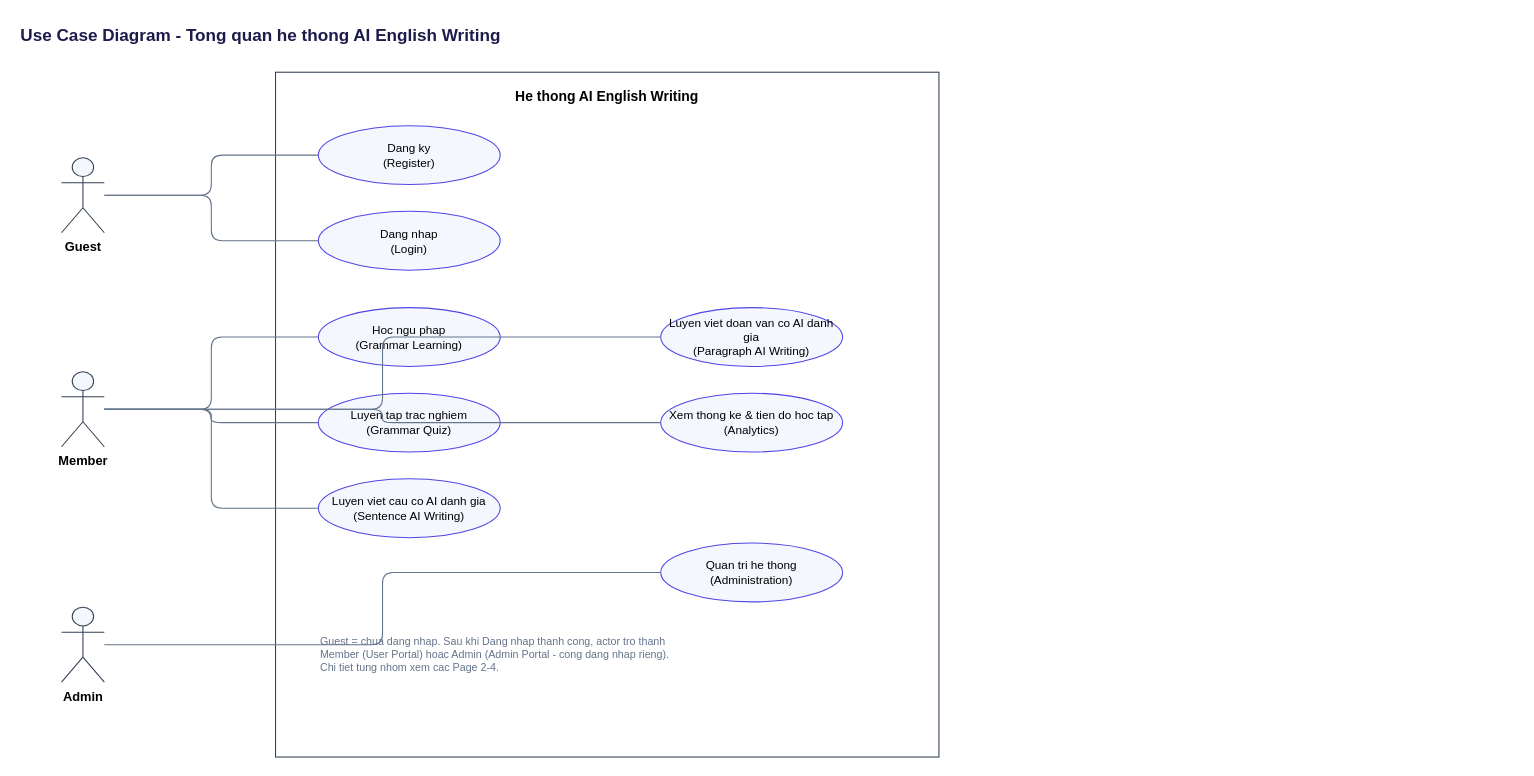
The draw.io diagram page "Use Case Diagram - Tong quan" (1 of 32) of docs/uml/AI-English-Writing-UML.drawio in hoanqhoanq/AI-English-Writing, before the edit. Source tidied: cells renumbered, new cells numbered last; positions are measured from the earlier drawing's top-left corner, leaving out a move shared by most shapes. Both pictures are drawn from the tidied source at 107%, with x=0, y=0 at pixel (18, 18).
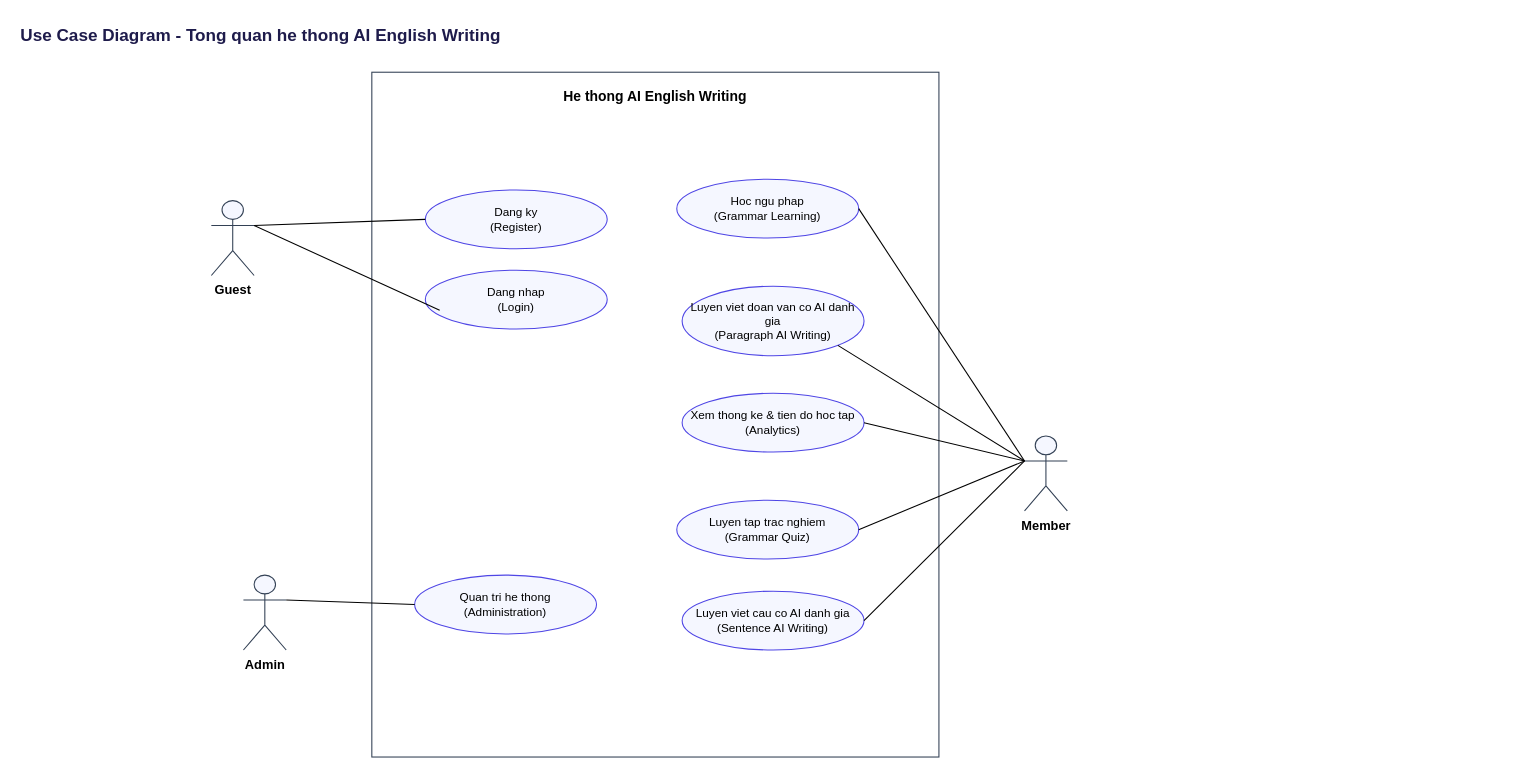
The same page after the edit.

Diff of the diagram source:
```diff
@@
     <mxCell id="3" value="Guest" style="shape=umlActor;verticalLabelPosition=bottom;verticalAlign=top;html=1;outlineConnect=0;fillColor=#F5F7FF;strokeColor=#334155;fontSize=12;fontStyle=1;" parent="1" vertex="1">
-      <mxGeometry x="40" y="130" width="40" height="70" as="geometry" />
+      <mxGeometry x="180" y="170" width="40" height="70" as="geometry" />
     </mxCell>
     <mxCell id="4" value="Member" style="shape=umlActor;verticalLabelPosition=bottom;verticalAlign=top;html=1;outlineConnect=0;fillColor=#F5F7FF;strokeColor=#334155;fontSize=12;fontStyle=1;" parent="1" vertex="1">
-      <mxGeometry x="40" y="330" width="40" height="70" as="geometry" />
+      <mxGeometry x="940" y="390" width="40" height="70" as="geometry" />
     </mxCell>
     <mxCell id="5" value="Admin" style="shape=umlActor;verticalLabelPosition=bottom;verticalAlign=top;html=1;outlineConnect=0;fillColor=#F5F7FF;strokeColor=#334155;fontSize=12;fontStyle=1;" parent="1" vertex="1">
-      <mxGeometry x="40" y="550" width="40" height="70" as="geometry" />
+      <mxGeometry x="210" y="520" width="40" height="70" as="geometry" />
     </mxCell>
     <mxCell id="6" value="He thong AI English Writing" style="rounded=0;whiteSpace=wrap;html=1;verticalAlign=top;align=center;spacingTop=8;fontStyle=1;fontSize=13;fillColor=#FFFFFF;strokeColor=#334155;dashed=0;" parent="1" vertex="1">
-      <mxGeometry x="240" y="50" width="620" height="640" as="geometry" />
+      <mxGeometry x="330" y="50" width="530" height="640" as="geometry" />
     </mxCell>
     <mxCell id="7" value="Dang ky&#10;(Register)" style="ellipse;whiteSpace=wrap;html=1;fillColor=#F5F7FF;strokeColor=#4F46E5;fontSize=11;" parent="1" vertex="1">
-      <mxGeometry x="280" y="100" width="170" height="55" as="geometry" />
+      <mxGeometry x="380" y="160" width="170" height="55" as="geometry" />
     </mxCell>
     <mxCell id="8" value="Dang nhap&#10;(Login)" style="ellipse;whiteSpace=wrap;html=1;fillColor=#F5F7FF;strokeColor=#4F46E5;fontSize=11;" parent="1" vertex="1">
-      <mxGeometry x="280" y="180" width="170" height="55" as="geometry" />
+      <mxGeometry x="380" y="235" width="170" height="55" as="geometry" />
     </mxCell>
     <mxCell id="9" value="Hoc ngu phap&#10;(Grammar Learning)" style="ellipse;whiteSpace=wrap;html=1;fillColor=#F5F7FF;strokeColor=#4F46E5;fontSize=11;" parent="1" vertex="1">
-      <mxGeometry x="280" y="270" width="170" height="55" as="geometry" />
+      <mxGeometry x="615" y="150" width="170" height="55" as="geometry" />
     </mxCell>
     <mxCell id="10" value="Luyen tap trac nghiem&#10;(Grammar Quiz)" style="ellipse;whiteSpace=wrap;html=1;fillColor=#F5F7FF;strokeColor=#4F46E5;fontSize=11;" parent="1" vertex="1">
-      <mxGeometry x="280" y="350" width="170" height="55" as="geometry" />
+      <mxGeometry x="615" y="450" width="170" height="55" as="geometry" />
     </mxCell>
     <mxCell id="11" value="Luyen viet cau co AI danh gia&#10;(Sentence AI Writing)" style="ellipse;whiteSpace=wrap;html=1;fillColor=#F5F7FF;strokeColor=#4F46E5;fontSize=11;" parent="1" vertex="1">
-      <mxGeometry x="280" y="430" width="170" height="55" as="geometry" />
+      <mxGeometry x="620" y="535" width="170" height="55" as="geometry" />
     </mxCell>
     <mxCell id="12" value="Luyen viet doan van co AI danh gia&#10;(Paragraph AI Writing)" style="ellipse;whiteSpace=wrap;html=1;fillColor=#F5F7FF;strokeColor=#4F46E5;fontSize=11;" parent="1" vertex="1">
-      <mxGeometry x="600" y="270" width="170" height="55" as="geometry" />
+      <mxGeometry x="620" y="250" width="170" height="65" as="geometry" />
     </mxCell>
     <mxCell id="13" value="Xem thong ke &amp; tien do hoc tap&#10;(Analytics)" style="ellipse;whiteSpace=wrap;html=1;fillColor=#F5F7FF;strokeColor=#4F46E5;fontSize=11;" parent="1" vertex="1">
-      <mxGeometry x="600" y="350" width="170" height="55" as="geometry" />
+      <mxGeometry x="620" y="350" width="170" height="55" as="geometry" />
     </mxCell>
     <mxCell id="14" value="Quan tri he thong&#10;(Administration)" style="ellipse;whiteSpace=wrap;html=1;fillColor=#F5F7FF;strokeColor=#4F46E5;fontSize=11;" parent="1" vertex="1">
-      <mxGeometry x="600" y="490" width="170" height="55" as="geometry" />
+      <mxGeometry x="370" y="520" width="170" height="55" as="geometry" />
     </mxCell>
+    <mxCell id="24" style="endArrow=none;html=1;rounded=0;entryX=0;entryY=0.3333333333333333;entryDx=0;entryDy=0;entryPerimeter=0;exitX=1;exitY=0.5;exitDx=0;exitDy=0;" parent="1" edge="1" source="9" target="4">
+      <mxGeometry relative="1" as="geometry" />
+    </mxCell>
+    <mxCell id="25" style="endArrow=none;html=1;rounded=0;entryX=0;entryY=0.3333333333333333;entryDx=0;entryDy=0;entryPerimeter=0;exitX=1;exitY=1;exitDx=0;exitDy=0;" parent="1" edge="1" source="12" target="4">
+      <mxGeometry relative="1" as="geometry" />
+    </mxCell>
+    <mxCell id="26" style="endArrow=none;html=1;rounded=0;entryX=0;entryY=0.3333333333333333;entryDx=0;entryDy=0;entryPerimeter=0;exitX=1;exitY=0.5;exitDx=0;exitDy=0;" parent="1" edge="1" source="11" target="4">
+      <mxGeometry relative="1" as="geometry" />
+    </mxCell>
+    <mxCell id="27" style="endArrow=none;html=1;rounded=0;entryX=0;entryY=0.3333333333333333;entryDx=0;entryDy=0;entryPerimeter=0;exitX=1;exitY=0.5;exitDx=0;exitDy=0;" parent="1" edge="1" source="10" target="4">
+      <mxGeometry relative="1" as="geometry" />
+    </mxCell>
+    <mxCell id="28" style="endArrow=none;html=1;rounded=0;entryX=0;entryY=0.3333333333333333;entryDx=0;entryDy=0;entryPerimeter=0;exitX=1;exitY=0.5;exitDx=0;exitDy=0;" parent="1" edge="1" source="13" target="4">
+      <mxGeometry relative="1" as="geometry" />
+    </mxCell>
-    <mxCell id="15" style="endArrow=none;html=1;strokeColor=#64748B;edgeStyle=orthogonalEdgeStyle;rounded=1;exitX=1;exitY=0.5;exitDx=0;exitDy=0;entryX=0;entryY=0.5;entryDx=0;entryDy=0;" parent="1" edge="1" source="3" target="7">
+    <mxCell id="15" style="endArrow=none;html=1;rounded=0;exitX=1;exitY=0.3333333333333333;exitDx=0;exitDy=0;exitPerimeter=0;entryX=0;entryY=0.5;entryDx=0;entryDy=0;" parent="1" edge="1" source="3" target="7">
       <mxGeometry relative="1" as="geometry" />
     </mxCell>
-    <mxCell id="16" style="endArrow=none;html=1;strokeColor=#64748B;edgeStyle=orthogonalEdgeStyle;rounded=1;exitX=1;exitY=0.5;exitDx=0;exitDy=0;entryX=0;entryY=0.5;entryDx=0;entryDy=0;" parent="1" edge="1" source="3" target="8">
+    <mxCell id="16" style="endArrow=none;html=1;rounded=0;exitX=1;exitY=0.3333333333333333;exitDx=0;exitDy=0;exitPerimeter=0;entryX=0.079;entryY=0.68;entryDx=0;entryDy=0;entryPerimeter=0;" parent="1" edge="1" source="3" target="8">
       <mxGeometry relative="1" as="geometry" />
     </mxCell>
-    <mxCell id="17" style="endArrow=none;html=1;strokeColor=#64748B;edgeStyle=orthogonalEdgeStyle;rounded=1;exitX=1;exitY=0.5;exitDx=0;exitDy=0;entryX=0;entryY=0.5;entryDx=0;entryDy=0;" parent="1" edge="1" source="4" target="9">
-      <mxGeometry relative="1" as="geometry" />
-    </mxCell>
-    <mxCell id="18" style="endArrow=none;html=1;strokeColor=#64748B;edgeStyle=orthogonalEdgeStyle;rounded=1;exitX=1;exitY=0.5;exitDx=0;exitDy=0;entryX=0;entryY=0.5;entryDx=0;entryDy=0;" parent="1" edge="1" source="4" target="10">
-      <mxGeometry relative="1" as="geometry" />
-    </mxCell>
-    <mxCell id="19" style="endArrow=none;html=1;strokeColor=#64748B;edgeStyle=orthogonalEdgeStyle;rounded=1;exitX=1;exitY=0.5;exitDx=0;exitDy=0;entryX=0;entryY=0.5;entryDx=0;entryDy=0;" parent="1" edge="1" source="4" target="11">
-      <mxGeometry relative="1" as="geometry" />
-    </mxCell>
-    <mxCell id="20" style="endArrow=none;html=1;strokeColor=#64748B;edgeStyle=orthogonalEdgeStyle;rounded=1;exitX=1;exitY=0.5;exitDx=0;exitDy=0;entryX=0;entryY=0.5;entryDx=0;entryDy=0;" parent="1" edge="1" source="4" target="12">
-      <mxGeometry relative="1" as="geometry" />
-    </mxCell>
-    <mxCell id="21" style="endArrow=none;html=1;strokeColor=#64748B;edgeStyle=orthogonalEdgeStyle;rounded=1;exitX=1;exitY=0.5;exitDx=0;exitDy=0;entryX=0;entryY=0.5;entryDx=0;entryDy=0;" parent="1" edge="1" source="4" target="13">
-      <mxGeometry relative="1" as="geometry" />
-    </mxCell>
-    <mxCell id="22" style="endArrow=none;html=1;strokeColor=#64748B;edgeStyle=orthogonalEdgeStyle;rounded=1;exitX=1;exitY=0.5;exitDx=0;exitDy=0;entryX=0;entryY=0.5;entryDx=0;entryDy=0;" parent="1" edge="1" source="5" target="14">
+    <mxCell id="22" style="endArrow=none;html=1;rounded=0;exitX=1;exitY=0.3333333333333333;exitDx=0;exitDy=0;exitPerimeter=0;entryX=0;entryY=0.5;entryDx=0;entryDy=0;" parent="1" edge="1" source="5" target="14">
       <mxGeometry relative="1" as="geometry" />
     </mxCell>
-    <mxCell id="23" value="Guest = chua dang nhap. Sau khi Dang nhap thanh cong, actor tro thanh&#10;Member (User Portal) hoac Admin (Admin Portal - cong dang nhap rieng).&#10;Chi tiet tung nhom xem cac Page 2-4." style="text;html=1;align=left;verticalAlign=top;fontSize=10;fontColor=#64748B;whiteSpace=wrap;fillColor=none;strokeColor=none;" parent="1" vertex="1">
-      <mxGeometry x="280" y="570" width="560" height="68" as="geometry" />
-    </mxCell>
```
